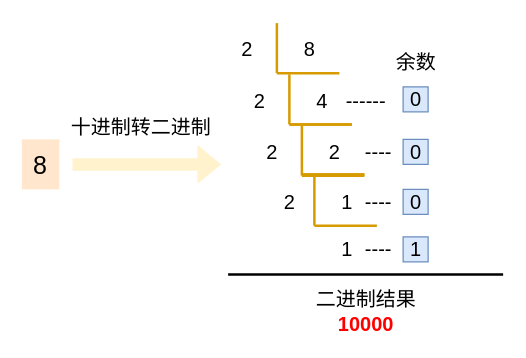
Before: 操作系统/浮点/十进制转二进制.drawio in xiaolincoder/ImageHost3, a draw.io diagram. Source tidied: cells renumbered, new cells numbered last; positions are measured from the earlier drawing's top-left corner, leaving out a move shared by most shapes. Both pictures are drawn from the tidied source at 125%, with x=0, y=0 at pixel (21, 22).
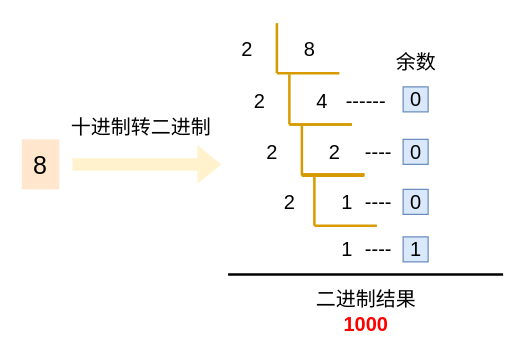
The same page after the edit.

Commit message:
更新十进制转二进制.drawio

Change to the diagram source:
```diff
@@
-    <mxCell id="33" value="二进制结果&lt;br&gt;&lt;font color=&quot;#ff0000&quot;&gt;&lt;b&gt;10000&lt;/b&gt;&lt;/font&gt;" style="text;html=1;align=center;verticalAlign=middle;fontSize=16;" parent="1" vertex="1">
+    <mxCell id="33" value="二进制结果&lt;br&gt;&lt;font color=&quot;#ff0000&quot;&gt;&lt;b&gt;1000&lt;/b&gt;&lt;/font&gt;" style="text;html=1;align=center;verticalAlign=middle;fontSize=16;" parent="1" vertex="1">
       <mxGeometry x="225" y="211" width="100" height="40" as="geometry" />
     </mxCell>
```
